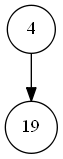
The Graphviz diagram Proyecto1EDD/Alcaraz y Chapa-2021-Meses.png in JOSE6755/EDD_FASE2, before a commit. Its source is kept beside it as Proyecto1EDD/Alcaraz y Chapa-2021-Meses.dot. Its diagram source:
```dot
digraph G{
 node[shape=circle]
4->19

}
```
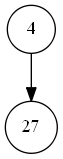
The same file after the commit.

What changed in the source:
```diff
@@ -1,5 +1,5 @@
 digraph G{
  node[shape=circle]
-4->19
+4->27
 
 }
```
